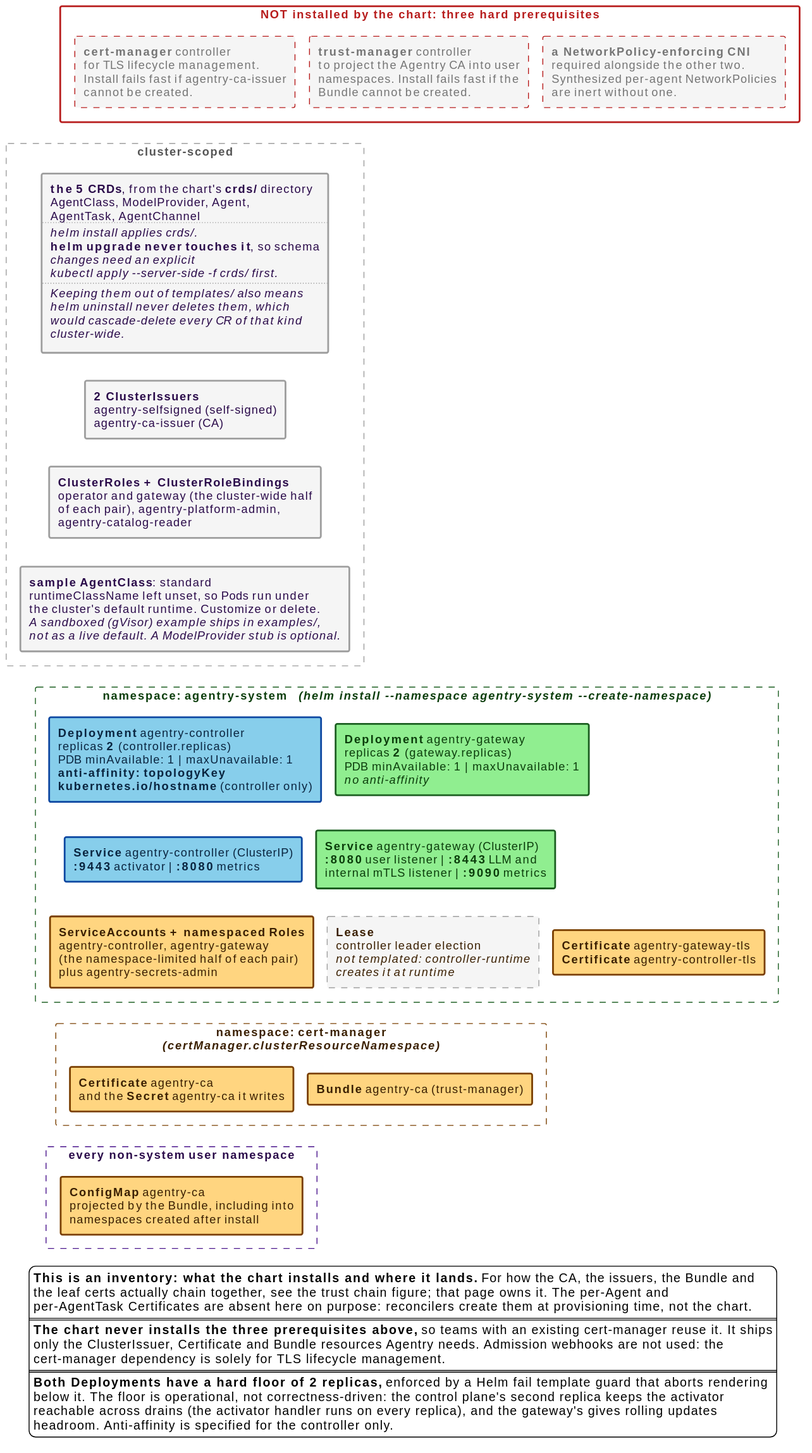
Above: docs/src/diagrams/helm-install-inventory.svg in win07xp/kaalm (PlantUML), before the change. Its diagram source:
```plantuml
@startuml
!include _style.puml

skinparam wrapWidth 360
skinparam nodesep 16
skinparam ranksep 32
skinparam rectangle {
  roundCorner 4
}

rectangle "**NOT installed by the chart: three hard prerequisites**" as prereq #line:B71C1C;line.bold;text:B71C1C {
  rectangle "**cert-manager** controller\nfor TLS lifecycle management.\nInstall fails fast if agentry-ca-issuer\ncannot be created." as pcm #back:F5F5F5;line:B71C1C;line.dashed;text:757575
  rectangle "**trust-manager** controller\nto project the Agentry CA into user\nnamespaces. Install fails fast if the\nBundle cannot be created." as ptm #back:F5F5F5;line:B71C1C;line.dashed;text:757575
  rectangle "**a NetworkPolicy-enforcing CNI**\nrequired alongside the other two.\nSynthesized per-agent NetworkPolicies\nare inert without one." as pcni #back:F5F5F5;line:B71C1C;line.dashed;text:757575
}

rectangle "**cluster-scoped**" as band #line:9E9E9E;line.dashed;text:555555 {
  rectangle "**the 5 CRDs**, from the chart's **crds/** directory\nAgentClass, ModelProvider, Agent,\nAgentTask, AgentChannel\n....\n//helm install applies crds/.//\n**helm upgrade never touches it**, so schema\n//changes need an explicit//\n//kubectl apply ~--server-side -f crds/ first.//\n....\n//Keeping them out of templates/ also means//\n//helm uninstall never deletes them, which//\n//would cascade-delete every CR of that kind//\n//cluster-wide.//" as crds #back:F5F5F5;line:9E9E9E;line.bold;text:2a0a4a

  rectangle "**2 ClusterIssuers**\nagentry-selfsigned (self-signed)\nagentry-ca-issuer (CA)" as issuers #back:F5F5F5;line:9E9E9E;line.bold;text:2a0a4a

  rectangle "**ClusterRoles + ClusterRoleBindings**\noperator and gateway (the cluster-wide half\nof each pair), agentry-platform-admin,\nagentry-catalog-reader" as clusterroles #back:F5F5F5;line:9E9E9E;line.bold;text:2a0a4a

  rectangle "**sample AgentClass**: standard\nruntimeClassName left unset, so Pods run under\nthe cluster's default runtime. Customize or delete.\n//A sandboxed (gVisor) example ships in examples/,//\n//not as a live default. A ModelProvider stub is optional.//" as sample #back:F5F5F5;line:9E9E9E;line.bold;text:2a0a4a
}

rectangle "namespace: **agentry-system**   //(helm install ~--namespace agentry-system ~--create-namespace)//" as nssys #line:1B5E20;line.dashed;text:0b3d0b {
  rectangle "**Deployment** agentry-controller\nreplicas **2** (controller.replicas)\nPDB minAvailable: 1 | maxUnavailable: 1\n**anti-affinity: topologyKey**\n**kubernetes.io/hostname** (controller only)" as dctrl #back:87CEEB;line:0D47A1;line.bold;text:0a2540

  rectangle "**Deployment** agentry-gateway\nreplicas **2** (gateway.replicas)\nPDB minAvailable: 1 | maxUnavailable: 1\n//no anti-affinity//" as dgw #back:90EE90;line:1B5E20;line.bold;text:0b3d0b

  rectangle "**Service** agentry-controller (ClusterIP)\n**:9443** activator | **:8080** metrics" as svcctrl #back:87CEEB;line:0D47A1;line.bold;text:0a2540

  rectangle "**Service** agentry-gateway (ClusterIP)\n**:8080** user listener | **:8443** LLM and\ninternal mTLS listener | **:9090** metrics" as svcgw #back:90EE90;line:1B5E20;line.bold;text:0b3d0b

  rectangle "**ServiceAccounts + namespaced Roles**\nagentry-controller, agentry-gateway\n(the namespace-limited half of each pair)\nplus agentry-secrets-admin" as sas #back:FFD580;line:7a3f00;line.bold;text:3a1f00

  rectangle "**Lease**\ncontroller leader election\n//not templated: controller-runtime//\n//creates it at runtime//" as lease #back:F5F5F5;line:9E9E9E;line.dashed;text:3a1f00

  rectangle "**Certificate** agentry-gateway-tls\n**Certificate** agentry-controller-tls" as leafcerts #back:FFD580;line:7a3f00;line.bold;text:3a1f00
}

rectangle "namespace: **cert-manager**\n//(certManager.clusterResourceNamespace)//" as nscm #line:7a3f00;line.dashed;text:3a1f00 {
  rectangle "**Certificate** agentry-ca\nand the **Secret** agentry-ca it writes" as cacert #back:FFD580;line:7a3f00;line.bold;text:3a1f00
  rectangle "**Bundle** agentry-ca (trust-manager)" as bundle #back:FFD580;line:7a3f00;line.bold;text:3a1f00
}

rectangle "every non-system **user namespace**" as nsuser #line:4A148C;line.dashed;text:2a0a4a {
  rectangle "**ConfigMap** agentry-ca\nprojected by the Bundle, including into\nnamespaces created after install" as cacm #back:FFD580;line:7a3f00;line.bold;text:3a1f00
}

crds -[hidden]down- issuers
issuers -[hidden]down- clusterroles
clusterroles -[hidden]down- sample
dctrl -[hidden]right- dgw
svcctrl -[hidden]right- svcgw
dctrl -[hidden]down- svcctrl
svcctrl -[hidden]down- sas
sas -[hidden]right- lease
lease -[hidden]right- leafcerts
cacert -[hidden]right- bundle
pcm -[hidden]right- ptm
ptm -[hidden]right- pcni

pcm -[hidden]down- crds
sample -[hidden]down- dctrl
sas -[hidden]down- cacert
cacert -[hidden]down- cacm

legend bottom
  **This is an inventory: what the chart installs and where it lands.** For how the CA, the issuers, the Bundle and
  the leaf certs actually chain together, see the trust chain figure; that page owns it. The per-Agent and
  per-AgentTask Certificates are absent here on purpose: reconcilers create them at provisioning time, not the chart.
  ====
  **The chart never installs the three prerequisites above,** so teams with an existing cert-manager reuse it. It ships
  only the ClusterIssuer, Certificate and Bundle resources Agentry needs. Admission webhooks are not used: the
  cert-manager dependency is solely for TLS lifecycle management.
  ====
  **Both Deployments have a hard floor of 2 replicas,** enforced by a Helm fail template guard that aborts rendering
  below it. The floor is operational, not correctness-driven: the control plane's second replica keeps the activator
  reachable across drains (the activator handler runs on every replica), and the gateway's gives rolling updates
  headroom. Anti-affinity is specified for the controller only.
endlegend
@enduml
```
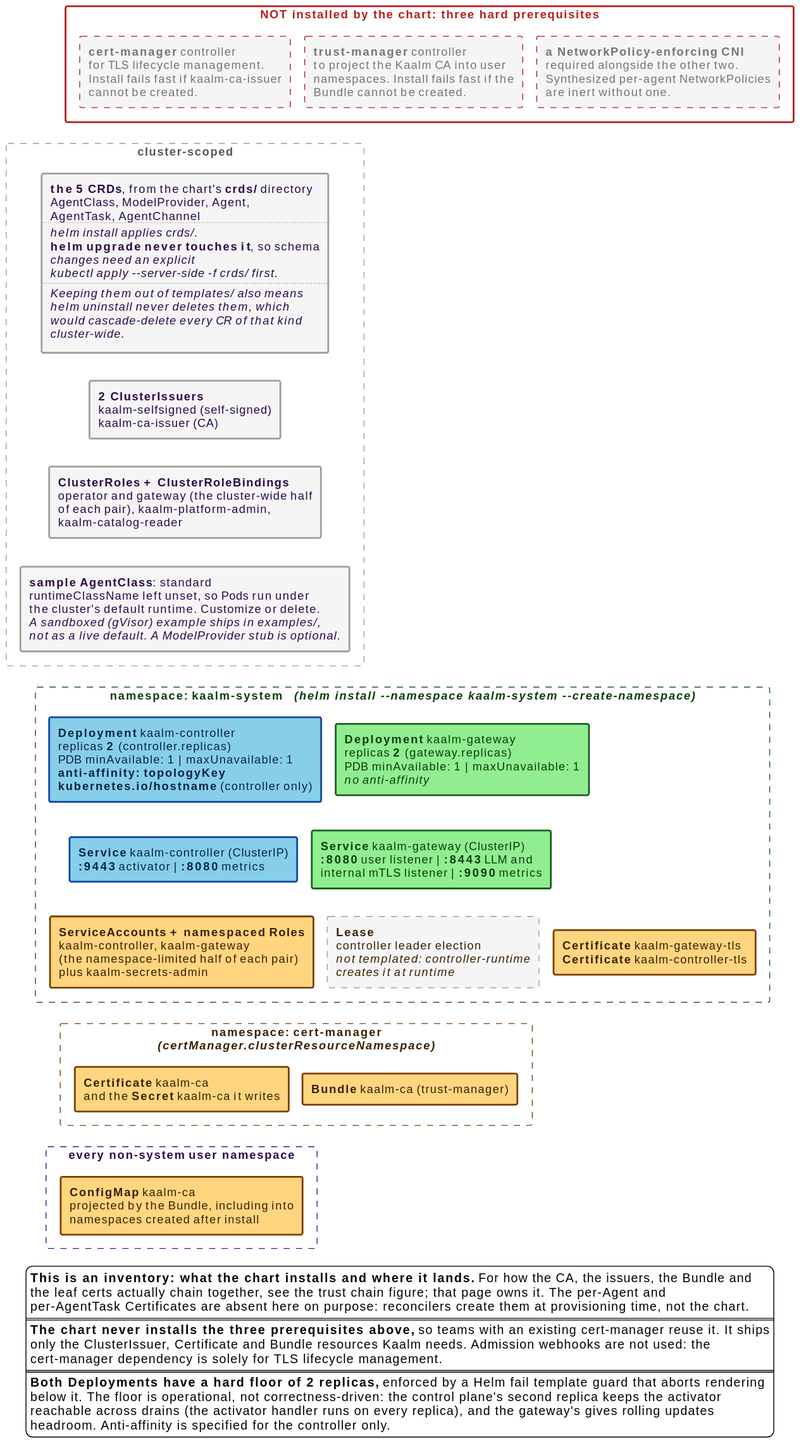
Above is the later version.

The edit, as a diff of the source:
```diff
@@ -9,44 +9,44 @@
 }
 
 rectangle "**NOT installed by the chart: three hard prerequisites**" as prereq #line:B71C1C;line.bold;text:B71C1C {
-  rectangle "**cert-manager** controller\nfor TLS lifecycle management.\nInstall fails fast if agentry-ca-issuer\ncannot be created." as pcm #back:F5F5F5;line:B71C1C;line.dashed;text:757575
-  rectangle "**trust-manager** controller\nto project the Agentry CA into user\nnamespaces. Install fails fast if the\nBundle cannot be created." as ptm #back:F5F5F5;line:B71C1C;line.dashed;text:757575
+  rectangle "**cert-manager** controller\nfor TLS lifecycle management.\nInstall fails fast if kaalm-ca-issuer\ncannot be created." as pcm #back:F5F5F5;line:B71C1C;line.dashed;text:757575
+  rectangle "**trust-manager** controller\nto project the Kaalm CA into user\nnamespaces. Install fails fast if the\nBundle cannot be created." as ptm #back:F5F5F5;line:B71C1C;line.dashed;text:757575
   rectangle "**a NetworkPolicy-enforcing CNI**\nrequired alongside the other two.\nSynthesized per-agent NetworkPolicies\nare inert without one." as pcni #back:F5F5F5;line:B71C1C;line.dashed;text:757575
 }
 
 rectangle "**cluster-scoped**" as band #line:9E9E9E;line.dashed;text:555555 {
   rectangle "**the 5 CRDs**, from the chart's **crds/** directory\nAgentClass, ModelProvider, Agent,\nAgentTask, AgentChannel\n....\n//helm install applies crds/.//\n**helm upgrade never touches it**, so schema\n//changes need an explicit//\n//kubectl apply ~--server-side -f crds/ first.//\n....\n//Keeping them out of templates/ also means//\n//helm uninstall never deletes them, which//\n//would cascade-delete every CR of that kind//\n//cluster-wide.//" as crds #back:F5F5F5;line:9E9E9E;line.bold;text:2a0a4a
 
-  rectangle "**2 ClusterIssuers**\nagentry-selfsigned (self-signed)\nagentry-ca-issuer (CA)" as issuers #back:F5F5F5;line:9E9E9E;line.bold;text:2a0a4a
+  rectangle "**2 ClusterIssuers**\nkaalm-selfsigned (self-signed)\nkaalm-ca-issuer (CA)" as issuers #back:F5F5F5;line:9E9E9E;line.bold;text:2a0a4a
 
-  rectangle "**ClusterRoles + ClusterRoleBindings**\noperator and gateway (the cluster-wide half\nof each pair), agentry-platform-admin,\nagentry-catalog-reader" as clusterroles #back:F5F5F5;line:9E9E9E;line.bold;text:2a0a4a
+  rectangle "**ClusterRoles + ClusterRoleBindings**\noperator and gateway (the cluster-wide half\nof each pair), kaalm-platform-admin,\nkaalm-catalog-reader" as clusterroles #back:F5F5F5;line:9E9E9E;line.bold;text:2a0a4a
 
   rectangle "**sample AgentClass**: standard\nruntimeClassName left unset, so Pods run under\nthe cluster's default runtime. Customize or delete.\n//A sandboxed (gVisor) example ships in examples/,//\n//not as a live default. A ModelProvider stub is optional.//" as sample #back:F5F5F5;line:9E9E9E;line.bold;text:2a0a4a
 }
 
-rectangle "namespace: **agentry-system**   //(helm install ~--namespace agentry-system ~--create-namespace)//" as nssys #line:1B5E20;line.dashed;text:0b3d0b {
-  rectangle "**Deployment** agentry-controller\nreplicas **2** (controller.replicas)\nPDB minAvailable: 1 | maxUnavailable: 1\n**anti-affinity: topologyKey**\n**kubernetes.io/hostname** (controller only)" as dctrl #back:87CEEB;line:0D47A1;line.bold;text:0a2540
+rectangle "namespace: **kaalm-system**   //(helm install ~--namespace kaalm-system ~--create-namespace)//" as nssys #line:1B5E20;line.dashed;text:0b3d0b {
+  rectangle "**Deployment** kaalm-controller\nreplicas **2** (controller.replicas)\nPDB minAvailable: 1 | maxUnavailable: 1\n**anti-affinity: topologyKey**\n**kubernetes.io/hostname** (controller only)" as dctrl #back:87CEEB;line:0D47A1;line.bold;text:0a2540
 
-  rectangle "**Deployment** agentry-gateway\nreplicas **2** (gateway.replicas)\nPDB minAvailable: 1 | maxUnavailable: 1\n//no anti-affinity//" as dgw #back:90EE90;line:1B5E20;line.bold;text:0b3d0b
+  rectangle "**Deployment** kaalm-gateway\nreplicas **2** (gateway.replicas)\nPDB minAvailable: 1 | maxUnavailable: 1\n//no anti-affinity//" as dgw #back:90EE90;line:1B5E20;line.bold;text:0b3d0b
 
-  rectangle "**Service** agentry-controller (ClusterIP)\n**:9443** activator | **:8080** metrics" as svcctrl #back:87CEEB;line:0D47A1;line.bold;text:0a2540
+  rectangle "**Service** kaalm-controller (ClusterIP)\n**:9443** activator | **:8080** metrics" as svcctrl #back:87CEEB;line:0D47A1;line.bold;text:0a2540
 
-  rectangle "**Service** agentry-gateway (ClusterIP)\n**:8080** user listener | **:8443** LLM and\ninternal mTLS listener | **:9090** metrics" as svcgw #back:90EE90;line:1B5E20;line.bold;text:0b3d0b
+  rectangle "**Service** kaalm-gateway (ClusterIP)\n**:8080** user listener | **:8443** LLM and\ninternal mTLS listener | **:9090** metrics" as svcgw #back:90EE90;line:1B5E20;line.bold;text:0b3d0b
 
-  rectangle "**ServiceAccounts + namespaced Roles**\nagentry-controller, agentry-gateway\n(the namespace-limited half of each pair)\nplus agentry-secrets-admin" as sas #back:FFD580;line:7a3f00;line.bold;text:3a1f00
+  rectangle "**ServiceAccounts + namespaced Roles**\nkaalm-controller, kaalm-gateway\n(the namespace-limited half of each pair)\nplus kaalm-secrets-admin" as sas #back:FFD580;line:7a3f00;line.bold;text:3a1f00
 
   rectangle "**Lease**\ncontroller leader election\n//not templated: controller-runtime//\n//creates it at runtime//" as lease #back:F5F5F5;line:9E9E9E;line.dashed;text:3a1f00
 
-  rectangle "**Certificate** agentry-gateway-tls\n**Certificate** agentry-controller-tls" as leafcerts #back:FFD580;line:7a3f00;line.bold;text:3a1f00
+  rectangle "**Certificate** kaalm-gateway-tls\n**Certificate** kaalm-controller-tls" as leafcerts #back:FFD580;line:7a3f00;line.bold;text:3a1f00
 }
 
 rectangle "namespace: **cert-manager**\n//(certManager.clusterResourceNamespace)//" as nscm #line:7a3f00;line.dashed;text:3a1f00 {
-  rectangle "**Certificate** agentry-ca\nand the **Secret** agentry-ca it writes" as cacert #back:FFD580;line:7a3f00;line.bold;text:3a1f00
-  rectangle "**Bundle** agentry-ca (trust-manager)" as bundle #back:FFD580;line:7a3f00;line.bold;text:3a1f00
+  rectangle "**Certificate** kaalm-ca\nand the **Secret** kaalm-ca it writes" as cacert #back:FFD580;line:7a3f00;line.bold;text:3a1f00
+  rectangle "**Bundle** kaalm-ca (trust-manager)" as bundle #back:FFD580;line:7a3f00;line.bold;text:3a1f00
 }
 
 rectangle "every non-system **user namespace**" as nsuser #line:4A148C;line.dashed;text:2a0a4a {
-  rectangle "**ConfigMap** agentry-ca\nprojected by the Bundle, including into\nnamespaces created after install" as cacm #back:FFD580;line:7a3f00;line.bold;text:3a1f00
+  rectangle "**ConfigMap** kaalm-ca\nprojected by the Bundle, including into\nnamespaces created after install" as cacm #back:FFD580;line:7a3f00;line.bold;text:3a1f00
 }
 
 crds -[hidden]down- issuers
@@ -73,7 +73,7 @@
   per-AgentTask Certificates are absent here on purpose: reconcilers create them at provisioning time, not the chart.
   ====
   **The chart never installs the three prerequisites above,** so teams with an existing cert-manager reuse it. It ships
-  only the ClusterIssuer, Certificate and Bundle resources Agentry needs. Admission webhooks are not used: the
+  only the ClusterIssuer, Certificate and Bundle resources Kaalm needs. Admission webhooks are not used: the
   cert-manager dependency is solely for TLS lifecycle management.
   ====
   **Both Deployments have a hard floor of 2 replicas,** enforced by a Helm fail template guard that aborts rendering
```
